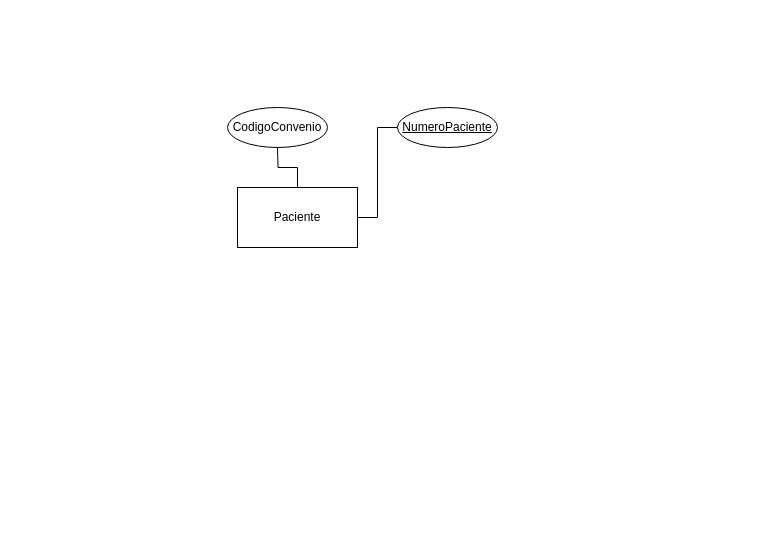
Before: Diagramas/Tarefefa 01.drawio in bruniculos08/BAN1002, a draw.io diagram. Source tidied: cells renumbered, new cells numbered last; positions are measured from the earlier drawing's top-left corner, leaving out a move shared by most shapes. Both pictures are drawn from the tidied source at 100%, with x=0, y=0 at pixel (227, 107).
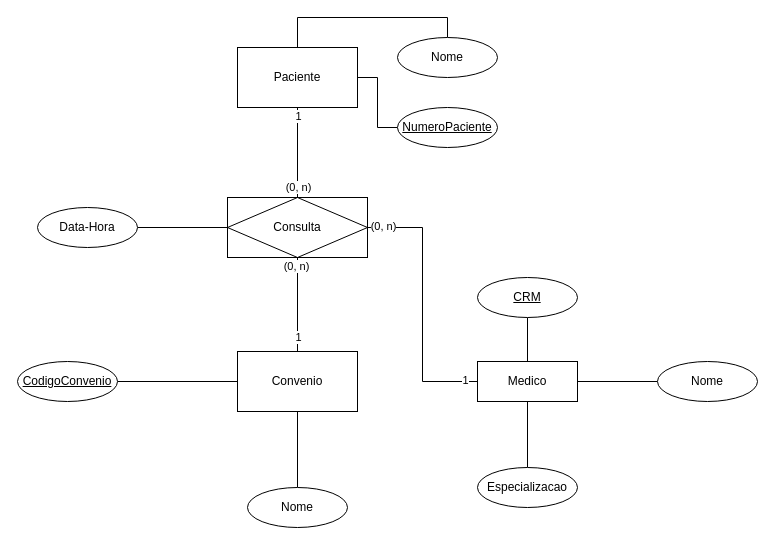
After the change.

Diff of the diagram source:
```diff
@@
-    <mxCell id="2" style="edgeStyle=orthogonalEdgeStyle;rounded=0;jettySize=auto;html=1;exitX=0.5;exitY=0;exitDx=0;exitDy=0;entryX=0.5;entryY=1;entryDx=0;entryDy=0;endArrow=none;endFill=0;" parent="1" edge="1" source="4">
-      <mxGeometry relative="1" as="geometry">
-        <mxPoint x="50" y="40" as="targetPoint" />
-      </mxGeometry>
-    </mxCell>
@@
+    <mxCell id="7" style="edgeStyle=orthogonalEdgeStyle;rounded=0;jettySize=auto;html=1;exitX=0.5;exitY=1;exitDx=0;exitDy=0;entryX=0.5;entryY=0;entryDx=0;entryDy=0;endArrow=none;endFill=0;" parent="1" edge="1" source="4" target="29">
+      <mxGeometry relative="1" as="geometry" />
+    </mxCell>
+    <mxCell id="8" value="(0, n)" style="edgeLabel;html=1;align=center;verticalAlign=middle;" parent="7" vertex="1">
+      <mxGeometry x="0.75" relative="1" as="geometry" />
+    </mxCell>
+    <mxCell id="9" style="edgeStyle=orthogonalEdgeStyle;rounded=0;jettySize=auto;html=1;endArrow=none;endFill=0;" parent="1" edge="1" source="4">
+      <mxGeometry relative="1" as="geometry">
+        <mxPoint x="70" y="70" as="targetPoint" />
+      </mxGeometry>
+    </mxCell>
+    <mxCell id="10" value="1" style="edgeLabel;html=1;align=center;verticalAlign=middle;" parent="9" vertex="1">
+      <mxGeometry x="-0.77" relative="1" as="geometry" />
+    </mxCell>
+    <mxCell id="11" style="edgeStyle=orthogonalEdgeStyle;rounded=0;jettySize=auto;html=1;exitX=0.5;exitY=0;exitDx=0;exitDy=0;entryX=0.5;entryY=0;entryDx=0;entryDy=0;endArrow=none;endFill=0;" parent="1" edge="1" source="4" target="30">
+      <mxGeometry relative="1" as="geometry" />
+    </mxCell>
     <mxCell id="4" value="Paciente" style="rounded=0;whiteSpace=wrap;html=1;" parent="1" vertex="1">
-      <mxGeometry x="10" y="80" width="120" height="60" as="geometry" />
+      <mxGeometry x="10" y="-60" width="120" height="60" as="geometry" />
     </mxCell>
@@
+    <mxCell id="12" style="edgeStyle=orthogonalEdgeStyle;rounded=0;jettySize=auto;html=1;exitX=0;exitY=0.5;exitDx=0;exitDy=0;entryX=1;entryY=0.5;entryDx=0;entryDy=0;endArrow=none;endFill=0;" parent="1" edge="1" source="14" target="6">
+      <mxGeometry relative="1" as="geometry" />
+    </mxCell>
+    <mxCell id="13" style="edgeStyle=orthogonalEdgeStyle;rounded=0;jettySize=auto;html=1;exitX=0.5;exitY=1;exitDx=0;exitDy=0;entryX=0.5;entryY=0;entryDx=0;entryDy=0;endArrow=none;endFill=0;" parent="1" edge="1" source="14" target="32">
+      <mxGeometry relative="1" as="geometry" />
+    </mxCell>
+    <mxCell id="14" value="Convenio" style="rounded=0;whiteSpace=wrap;html=1;" parent="1" vertex="1">
+      <mxGeometry x="10" y="244" width="120" height="60" as="geometry" />
+    </mxCell>
-    <mxCell id="6" value="CodigoConvenio" style="ellipse;whiteSpace=wrap;html=1;align=center;" parent="1" vertex="1">
-      <mxGeometry width="100" height="40" as="geometry" />
+    <mxCell id="6" value="&lt;u&gt;CodigoConvenio&lt;/u&gt;" style="ellipse;whiteSpace=wrap;html=1;align=center;" parent="1" vertex="1">
+      <mxGeometry x="-210" y="254" width="100" height="40" as="geometry" />
     </mxCell>
+    <mxCell id="15" style="edgeStyle=orthogonalEdgeStyle;rounded=0;jettySize=auto;html=1;exitX=0;exitY=0.5;exitDx=0;exitDy=0;entryX=1;entryY=0.5;entryDx=0;entryDy=0;endArrow=none;endFill=0;" parent="1" edge="1" source="18" target="29">
+      <mxGeometry relative="1" as="geometry" />
+    </mxCell>
+    <mxCell id="16" value="(0, n)" style="edgeLabel;html=1;align=center;verticalAlign=middle;" parent="15" vertex="1">
+      <mxGeometry x="0.89" y="-2" relative="1" as="geometry" />
+    </mxCell>
+    <mxCell id="17" value="1" style="edgeLabel;html=1;align=center;verticalAlign=middle;" parent="15" vertex="1">
+      <mxGeometry x="-0.9" y="-2" relative="1" as="geometry" />
+    </mxCell>
+    <mxCell id="18" value="Medico" style="whiteSpace=wrap;html=1;align=center;" parent="1" vertex="1">
+      <mxGeometry x="250" y="254" width="100" height="40" as="geometry" />
+    </mxCell>
+    <mxCell id="19" style="edgeStyle=orthogonalEdgeStyle;rounded=0;jettySize=auto;html=1;exitX=0.5;exitY=1;exitDx=0;exitDy=0;entryX=0.5;entryY=0;entryDx=0;entryDy=0;endArrow=none;endFill=0;" parent="1" edge="1" source="20" target="18">
+      <mxGeometry relative="1" as="geometry" />
+    </mxCell>
+    <mxCell id="20" value="&lt;u&gt;CRM&lt;/u&gt;" style="ellipse;whiteSpace=wrap;html=1;align=center;" parent="1" vertex="1">
+      <mxGeometry x="250" y="170" width="100" height="40" as="geometry" />
+    </mxCell>
+    <mxCell id="21" style="edgeStyle=orthogonalEdgeStyle;rounded=0;jettySize=auto;html=1;exitX=0;exitY=0.5;exitDx=0;exitDy=0;entryX=1;entryY=0.5;entryDx=0;entryDy=0;endArrow=none;endFill=0;" parent="1" edge="1" source="22" target="18">
+      <mxGeometry relative="1" as="geometry" />
+    </mxCell>
+    <mxCell id="22" value="Nome" style="ellipse;whiteSpace=wrap;html=1;align=center;" parent="1" vertex="1">
+      <mxGeometry x="430" y="254" width="100" height="40" as="geometry" />
+    </mxCell>
+    <mxCell id="23" style="edgeStyle=orthogonalEdgeStyle;rounded=0;jettySize=auto;html=1;exitX=0.5;exitY=0;exitDx=0;exitDy=0;entryX=0.5;entryY=1;entryDx=0;entryDy=0;endArrow=none;endFill=0;" parent="1" edge="1" source="24" target="18">
+      <mxGeometry relative="1" as="geometry" />
+    </mxCell>
+    <mxCell id="24" value="Especializacao" style="ellipse;whiteSpace=wrap;html=1;align=center;" parent="1" vertex="1">
+      <mxGeometry x="250" y="360" width="100" height="40" as="geometry" />
+    </mxCell>
+    <mxCell id="25" style="edgeStyle=orthogonalEdgeStyle;rounded=0;jettySize=auto;html=1;exitX=0.5;exitY=1;exitDx=0;exitDy=0;entryX=0.5;entryY=0;entryDx=0;entryDy=0;endArrow=none;endFill=0;" parent="1" edge="1" source="29" target="14">
+      <mxGeometry relative="1" as="geometry" />
+    </mxCell>
+    <mxCell id="26" value="(0, n)" style="edgeLabel;html=1;align=center;verticalAlign=middle;" parent="25" vertex="1">
+      <mxGeometry x="-0.82" y="-2" relative="1" as="geometry" />
+    </mxCell>
+    <mxCell id="27" value="1" style="edgeLabel;html=1;align=center;verticalAlign=middle;" parent="25" vertex="1">
+      <mxGeometry x="0.69" relative="1" as="geometry" />
+    </mxCell>
+    <mxCell id="28" style="edgeStyle=orthogonalEdgeStyle;rounded=0;jettySize=auto;html=1;exitX=0;exitY=0.5;exitDx=0;exitDy=0;entryX=1;entryY=0.5;entryDx=0;entryDy=0;endArrow=none;endFill=0;" parent="1" edge="1" source="29" target="31">
+      <mxGeometry relative="1" as="geometry" />
+    </mxCell>
+    <mxCell id="29" value="Consulta" style="shape=associativeEntity;whiteSpace=wrap;html=1;align=center;" parent="1" vertex="1">
+      <mxGeometry y="90" width="140" height="60" as="geometry" />
+    </mxCell>
+    <mxCell id="30" value="Nome" style="ellipse;whiteSpace=wrap;html=1;align=center;" parent="1" vertex="1">
+      <mxGeometry x="170" y="-70" width="100" height="40" as="geometry" />
+    </mxCell>
+    <mxCell id="31" value="Data-Hora" style="ellipse;whiteSpace=wrap;html=1;align=center;" parent="1" vertex="1">
+      <mxGeometry x="-190" y="100" width="100" height="40" as="geometry" />
+    </mxCell>
+    <mxCell id="32" value="Nome" style="ellipse;whiteSpace=wrap;html=1;align=center;" parent="1" vertex="1">
+      <mxGeometry x="20" y="380" width="100" height="40" as="geometry" />
+    </mxCell>
```
